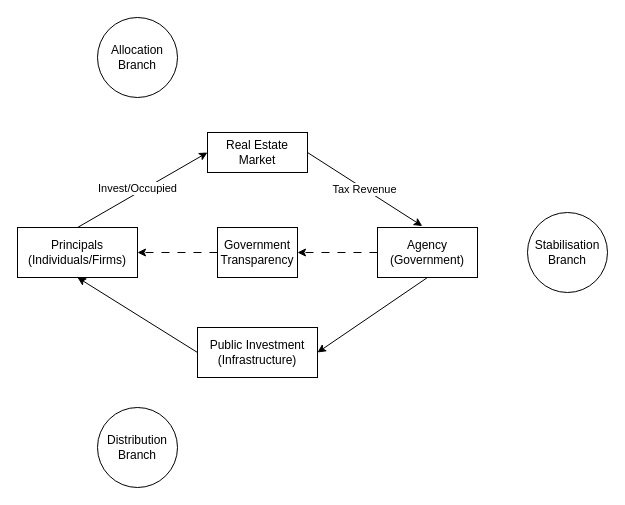
Above: Test.drawio in JDung19/Test_Draw (draw.io), before the change. Source tidied: cells renumbered, new cells numbered last; positions are measured from the earlier drawing's top-left corner, leaving out a move shared by most shapes. Both pictures are drawn from the tidied source at 100%, with x=0, y=0 at pixel (17, 17).
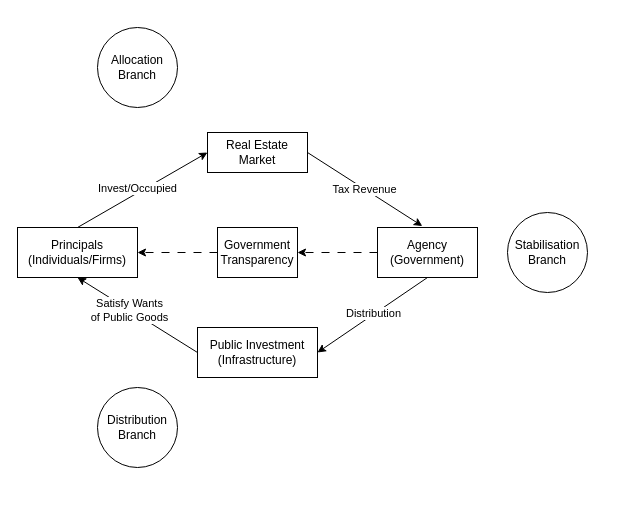
After the change.

The edit, as a diff of the source:
```diff
@@
 <mxGraphModel>
   <root>
     <mxCell id="0" />
     <mxCell id="1" parent="0" />
     <mxCell id="2" value="Government Transparency" style="rounded=0;whiteSpace=wrap;html=1;" parent="1" vertex="1">
       <mxGeometry x="200" y="210" width="80" height="50" as="geometry" />
     </mxCell>
     <mxCell id="3" value="Agency&lt;div&gt;(Government)&lt;/div&gt;" style="rounded=0;whiteSpace=wrap;html=1;" parent="1" vertex="1">
       <mxGeometry x="360" y="210" width="100" height="50" as="geometry" />
     </mxCell>
     <mxCell id="4" value="Real Estate Market" style="rounded=0;whiteSpace=wrap;html=1;" parent="1" vertex="1">
       <mxGeometry x="190" y="115" width="100" height="40" as="geometry" />
     </mxCell>
     <mxCell id="5" value="Allocation Branch" style="ellipse;whiteSpace=wrap;html=1;" parent="1" vertex="1">
-      <mxGeometry x="80" width="80" height="80" as="geometry" />
+      <mxGeometry x="80" y="10" width="80" height="80" as="geometry" />
     </mxCell>
     <mxCell id="6" value="Distribution Branch" style="ellipse;whiteSpace=wrap;html=1;" parent="1" vertex="1">
-      <mxGeometry x="80" y="390" width="80" height="80" as="geometry" />
+      <mxGeometry x="80" y="370" width="80" height="80" as="geometry" />
     </mxCell>
     <mxCell id="7" value="Stabilisation Branch" style="ellipse;whiteSpace=wrap;html=1;" parent="1" vertex="1">
-      <mxGeometry x="510" y="195" width="80" height="80" as="geometry" />
+      <mxGeometry x="490" y="195" width="80" height="80" as="geometry" />
     </mxCell>
     <mxCell id="8" value="&lt;div&gt;Principals&lt;/div&gt;(Individuals/Firms)" style="rounded=0;whiteSpace=wrap;html=1;" parent="1" vertex="1">
       <mxGeometry y="210" width="120" height="50" as="geometry" />
     </mxCell>
     <mxCell id="9" style="endArrow=classic;html=1;rounded=0;exitX=0;exitY=0.5;exitDx=0;exitDy=0;entryX=1;entryY=0.5;entryDx=0;entryDy=0;dashed=1;dashPattern=8 8;" parent="1" edge="1" source="3" target="2">
       <mxGeometry relative="1" as="geometry" />
     </mxCell>
     <mxCell id="10" style="endArrow=classic;html=1;rounded=0;exitX=0;exitY=0.5;exitDx=0;exitDy=0;entryX=1;entryY=0.5;entryDx=0;entryDy=0;dashed=1;dashPattern=8 8;" parent="1" edge="1" source="2" target="8">
       <mxGeometry relative="1" as="geometry" />
     </mxCell>
     <mxCell id="11" style="endArrow=classic;html=1;rounded=0;exitX=0.5;exitY=0;exitDx=0;exitDy=0;entryX=0;entryY=0.5;entryDx=0;entryDy=0;" parent="1" edge="1" source="8" target="4">
       <mxGeometry relative="1" as="geometry" />
     </mxCell>
     <mxCell id="12" value="Invest/Occupied" style="edgeLabel;html=1;align=center;verticalAlign=middle;" parent="11" vertex="1">
       <mxGeometry x="-0.24" y="-1" relative="1" as="geometry">
         <mxPoint x="10" y="-12" as="offset" />
       </mxGeometry>
     </mxCell>
     <mxCell id="13" value="Tax Revenue" style="endArrow=classic;html=1;rounded=0;exitX=1;exitY=0.5;exitDx=0;exitDy=0;entryX=0.448;entryY=-0.029;entryDx=0;entryDy=0;entryPerimeter=0;" parent="1" edge="1" source="4" target="3">
       <mxGeometry relative="1" as="geometry" />
     </mxCell>
     <mxCell id="14" value="Public Investment&lt;div&gt;(Infrastructure)&lt;/div&gt;" style="rounded=0;whiteSpace=wrap;html=1;" parent="1" vertex="1">
       <mxGeometry x="180" y="310" width="120" height="50" as="geometry" />
     </mxCell>
     <mxCell id="15" style="endArrow=classic;html=1;rounded=0;exitX=0.5;exitY=1;exitDx=0;exitDy=0;entryX=1;entryY=0.5;entryDx=0;entryDy=0;" parent="1" edge="1" source="3" target="14">
       <mxGeometry relative="1" as="geometry" />
     </mxCell>
+    <mxCell id="17" value="Distribution" style="edgeLabel;html=1;align=center;verticalAlign=middle;" parent="15" vertex="1">
+      <mxGeometry x="-0.02" y="-1" relative="1" as="geometry" />
+    </mxCell>
     <mxCell id="16" style="endArrow=classic;html=1;rounded=0;exitX=0;exitY=0.5;exitDx=0;exitDy=0;entryX=0.5;entryY=1;entryDx=0;entryDy=0;" parent="1" edge="1" source="14" target="8">
       <mxGeometry relative="1" as="geometry" />
     </mxCell>
+    <mxCell id="18" value="Satisfy Wants&lt;div&gt;of Public Goods&lt;/div&gt;" style="edgeLabel;html=1;align=center;verticalAlign=middle;" parent="16" vertex="1">
+      <mxGeometry x="0.14" relative="1" as="geometry" />
+    </mxCell>
   </root>
 </mxGraphModel>
```
